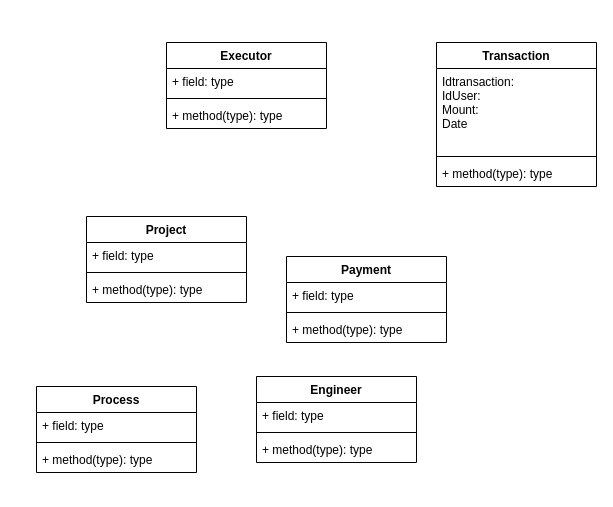
The draw.io diagram Untitled Diagram.drawio in amirkarami-dev/UML-VahedGas, before the edit. Source tidied: cells renumbered, new cells numbered last; positions are measured from the earlier drawing's top-left corner, leaving out a move shared by most shapes. Both pictures are drawn from the tidied source at 100%, with x=0, y=0 at pixel (36, 42).
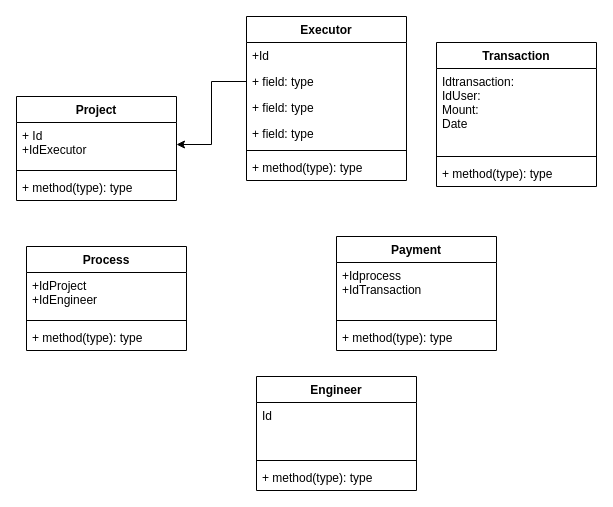
The same diagram, later.

Commit message:
Update First Class Diagram

Change to the diagram source:
```diff
@@
     <mxCell id="2" value="Executor" style="swimlane;fontStyle=1;align=center;verticalAlign=top;horizontal=1;startSize=26;" parent="1" vertex="1">
-      <mxGeometry x="130" width="160" height="86" as="geometry" />
+      <mxGeometry x="210" y="-26" width="160" height="164" as="geometry" />
     </mxCell>
+    <mxCell id="26" value="+Id" style="text;strokeColor=none;fillColor=none;align=left;verticalAlign=top;spacingLeft=4;spacingRight=4;overflow=hidden;" parent="2" vertex="1">
+      <mxGeometry y="26" width="160" height="26" as="geometry" />
+    </mxCell>
+    <mxCell id="27" value="+ field: type" style="text;strokeColor=none;fillColor=none;align=left;verticalAlign=top;spacingLeft=4;spacingRight=4;overflow=hidden;points=[[0,0.5],[1,0.5]];portConstraint=eastwest;" parent="2" vertex="1">
+      <mxGeometry y="52" width="160" height="26" as="geometry" />
+    </mxCell>
+    <mxCell id="28" value="+ field: type" style="text;strokeColor=none;fillColor=none;align=left;verticalAlign=top;spacingLeft=4;spacingRight=4;overflow=hidden;" parent="2" vertex="1">
+      <mxGeometry y="78" width="160" height="26" as="geometry" />
+    </mxCell>
     <mxCell id="3" value="+ field: type" style="text;strokeColor=none;fillColor=none;align=left;verticalAlign=top;spacingLeft=4;spacingRight=4;overflow=hidden;" parent="2" vertex="1">
-      <mxGeometry y="26" width="160" height="26" as="geometry" />
+      <mxGeometry y="104" width="160" height="26" as="geometry" />
     </mxCell>
     <mxCell id="4" style="line;strokeWidth=1;fillColor=none;align=left;verticalAlign=middle;spacingTop=-1;spacingLeft=3;spacingRight=3;labelPosition=right;" parent="2" vertex="1">
-      <mxGeometry y="52" width="160" height="8" as="geometry" />
+      <mxGeometry y="130" width="160" height="8" as="geometry" />
     </mxCell>
     <mxCell id="5" value="+ method(type): type" style="text;strokeColor=none;fillColor=none;align=left;verticalAlign=top;spacingLeft=4;spacingRight=4;overflow=hidden;" parent="2" vertex="1">
-      <mxGeometry y="60" width="160" height="26" as="geometry" />
+      <mxGeometry y="138" width="160" height="26" as="geometry" />
     </mxCell>
     <mxCell id="6" value="Project" style="swimlane;fontStyle=1;align=center;verticalAlign=top;horizontal=1;startSize=26;" parent="1" vertex="1">
-      <mxGeometry x="50" y="174" width="160" height="86" as="geometry" />
+      <mxGeometry x="-20" y="54" width="160" height="104" as="geometry" />
     </mxCell>
-    <mxCell id="7" value="+ field: type" style="text;strokeColor=none;fillColor=none;align=left;verticalAlign=top;spacingLeft=4;spacingRight=4;overflow=hidden;points=[[0,0.5],[1,0.5]];portConstraint=eastwest;" parent="6" vertex="1">
-      <mxGeometry y="26" width="160" height="26" as="geometry" />
+    <mxCell id="7" value="+ Id&#10;+IdExecutor" style="text;strokeColor=none;fillColor=none;align=left;verticalAlign=top;spacingLeft=4;spacingRight=4;overflow=hidden;points=[[0,0.5],[1,0.5]];portConstraint=eastwest;" parent="6" vertex="1">
+      <mxGeometry y="26" width="160" height="44" as="geometry" />
     </mxCell>
     <mxCell id="8" style="line;strokeWidth=1;fillColor=none;align=left;verticalAlign=middle;spacingTop=-1;spacingLeft=3;spacingRight=3;labelPosition=right;" parent="6" vertex="1">
-      <mxGeometry y="52" width="160" height="8" as="geometry" />
+      <mxGeometry y="70" width="160" height="8" as="geometry" />
     </mxCell>
     <mxCell id="9" value="+ method(type): type" style="text;strokeColor=none;fillColor=none;align=left;verticalAlign=top;spacingLeft=4;spacingRight=4;overflow=hidden;" parent="6" vertex="1">
-      <mxGeometry y="60" width="160" height="26" as="geometry" />
+      <mxGeometry y="78" width="160" height="26" as="geometry" />
     </mxCell>
     <mxCell id="10" value="Payment" style="swimlane;fontStyle=1;align=center;verticalAlign=top;horizontal=1;startSize=26;" parent="1" vertex="1">
-      <mxGeometry x="250" y="214" width="160" height="86" as="geometry" />
+      <mxGeometry x="300" y="194" width="160" height="114" as="geometry" />
     </mxCell>
-    <mxCell id="11" value="+ field: type" style="text;strokeColor=none;fillColor=none;align=left;verticalAlign=top;spacingLeft=4;spacingRight=4;overflow=hidden;" parent="10" vertex="1">
-      <mxGeometry y="26" width="160" height="26" as="geometry" />
+    <mxCell id="11" value="+Idprocess&#10;+IdTransaction" style="text;strokeColor=none;fillColor=none;align=left;verticalAlign=top;spacingLeft=4;spacingRight=4;overflow=hidden;" parent="10" vertex="1">
+      <mxGeometry y="26" width="160" height="54" as="geometry" />
     </mxCell>
     <mxCell id="12" style="line;strokeWidth=1;fillColor=none;align=left;verticalAlign=middle;spacingTop=-1;spacingLeft=3;spacingRight=3;labelPosition=right;" parent="10" vertex="1">
-      <mxGeometry y="52" width="160" height="8" as="geometry" />
+      <mxGeometry y="80" width="160" height="8" as="geometry" />
     </mxCell>
     <mxCell id="13" value="+ method(type): type" style="text;strokeColor=none;fillColor=none;align=left;verticalAlign=top;spacingLeft=4;spacingRight=4;overflow=hidden;" parent="10" vertex="1">
-      <mxGeometry y="60" width="160" height="26" as="geometry" />
+      <mxGeometry y="88" width="160" height="26" as="geometry" />
     </mxCell>
     <mxCell id="14" value="Process" style="swimlane;fontStyle=1;align=center;verticalAlign=top;horizontal=1;startSize=26;" parent="1" vertex="1">
-      <mxGeometry y="344" width="160" height="86" as="geometry" />
+      <mxGeometry x="-10" y="204" width="160" height="104" as="geometry" />
     </mxCell>
-    <mxCell id="15" value="+ field: type" style="text;strokeColor=none;fillColor=none;align=left;verticalAlign=top;spacingLeft=4;spacingRight=4;overflow=hidden;" parent="14" vertex="1">
-      <mxGeometry y="26" width="160" height="26" as="geometry" />
+    <mxCell id="15" value="+IdProject&#10;+IdEngineer" style="text;strokeColor=none;fillColor=none;align=left;verticalAlign=top;spacingLeft=4;spacingRight=4;overflow=hidden;" parent="14" vertex="1">
+      <mxGeometry y="26" width="160" height="44" as="geometry" />
     </mxCell>
     <mxCell id="16" style="line;strokeWidth=1;fillColor=none;align=left;verticalAlign=middle;spacingTop=-1;spacingLeft=3;spacingRight=3;labelPosition=right;" parent="14" vertex="1">
-      <mxGeometry y="52" width="160" height="8" as="geometry" />
+      <mxGeometry y="70" width="160" height="8" as="geometry" />
     </mxCell>
     <mxCell id="17" value="+ method(type): type" style="text;strokeColor=none;fillColor=none;align=left;verticalAlign=top;spacingLeft=4;spacingRight=4;overflow=hidden;" parent="14" vertex="1">
-      <mxGeometry y="60" width="160" height="26" as="geometry" />
+      <mxGeometry y="78" width="160" height="26" as="geometry" />
     </mxCell>
     <mxCell id="18" value="Engineer" style="swimlane;fontStyle=1;align=center;verticalAlign=top;horizontal=1;startSize=26;" parent="1" vertex="1">
-      <mxGeometry x="220" y="334" width="160" height="86" as="geometry" />
+      <mxGeometry x="220" y="334" width="160" height="114" as="geometry" />
     </mxCell>
-    <mxCell id="19" value="+ field: type" style="text;strokeColor=none;fillColor=none;align=left;verticalAlign=top;spacingLeft=4;spacingRight=4;overflow=hidden;" parent="18" vertex="1">
-      <mxGeometry y="26" width="160" height="26" as="geometry" />
+    <mxCell id="19" value="Id" style="text;strokeColor=none;fillColor=none;align=left;verticalAlign=top;spacingLeft=4;spacingRight=4;overflow=hidden;" parent="18" vertex="1">
+      <mxGeometry y="26" width="160" height="54" as="geometry" />
     </mxCell>
     <mxCell id="20" style="line;strokeWidth=1;fillColor=none;align=left;verticalAlign=middle;spacingTop=-1;spacingLeft=3;spacingRight=3;labelPosition=right;" parent="18" vertex="1">
-      <mxGeometry y="52" width="160" height="8" as="geometry" />
+      <mxGeometry y="80" width="160" height="8" as="geometry" />
     </mxCell>
     <mxCell id="21" value="+ method(type): type" style="text;strokeColor=none;fillColor=none;align=left;verticalAlign=top;spacingLeft=4;spacingRight=4;overflow=hidden;" parent="18" vertex="1">
-      <mxGeometry y="60" width="160" height="26" as="geometry" />
+      <mxGeometry y="88" width="160" height="26" as="geometry" />
     </mxCell>
@@
+    <mxCell id="29" style="edgeStyle=orthogonalEdgeStyle;rounded=0;jettySize=auto;html=1;entryX=1;entryY=0.5;entryDx=0;entryDy=0;" parent="1" edge="1" source="27" target="7">
+      <mxGeometry relative="1" as="geometry" />
+    </mxCell>
```
